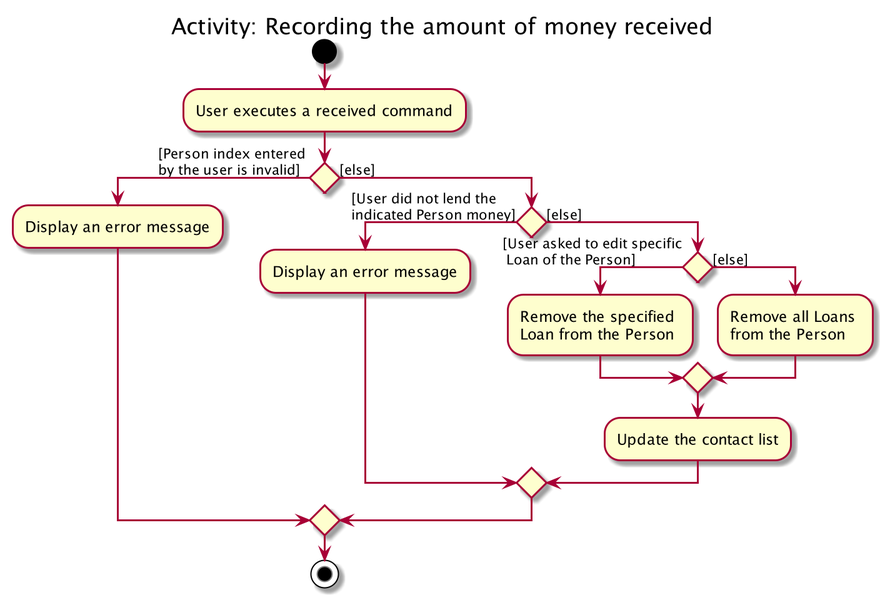
Earlier version of the PlantUML export docs/images/ReceivedActivityDiagram.png (syinyichen/main).
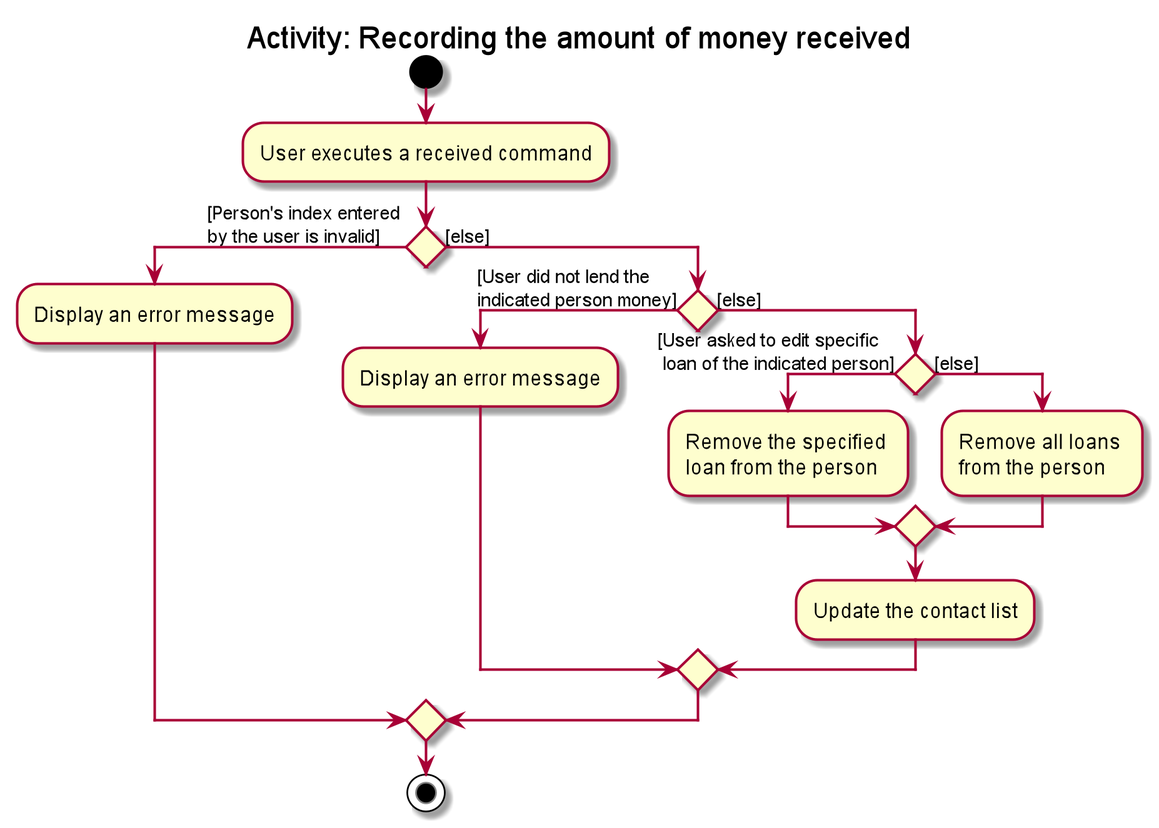
After the commit.

The edit, as a diff of the source:
```diff
@@ -3,16 +3,16 @@
 start
 :User executes a received command;
 
-if () then ([Person index entered \nby the user is invalid])
+if () then ([Person's index entered \nby the user is invalid])
     :Display an error message;
 else ([else])
-    if () then ([User did not lend the \nindicated Person money])
+    if () then ([User did not lend the \nindicated person money])
         :Display an error message;
     else ([else])
-        if () then ([User asked to edit specific\n Loan of the Person])
-            :Remove the specified \nLoan from the Person;
+        if () then ([User asked to edit specific\n loan of the indicated person])
+            :Remove the specified \nloan from the person;
         else ([else])
-            :Remove all Loans \nfrom the Person;
+            :Remove all loans \nfrom the person;
         endif
         :Update the contact list;
     endif
```
